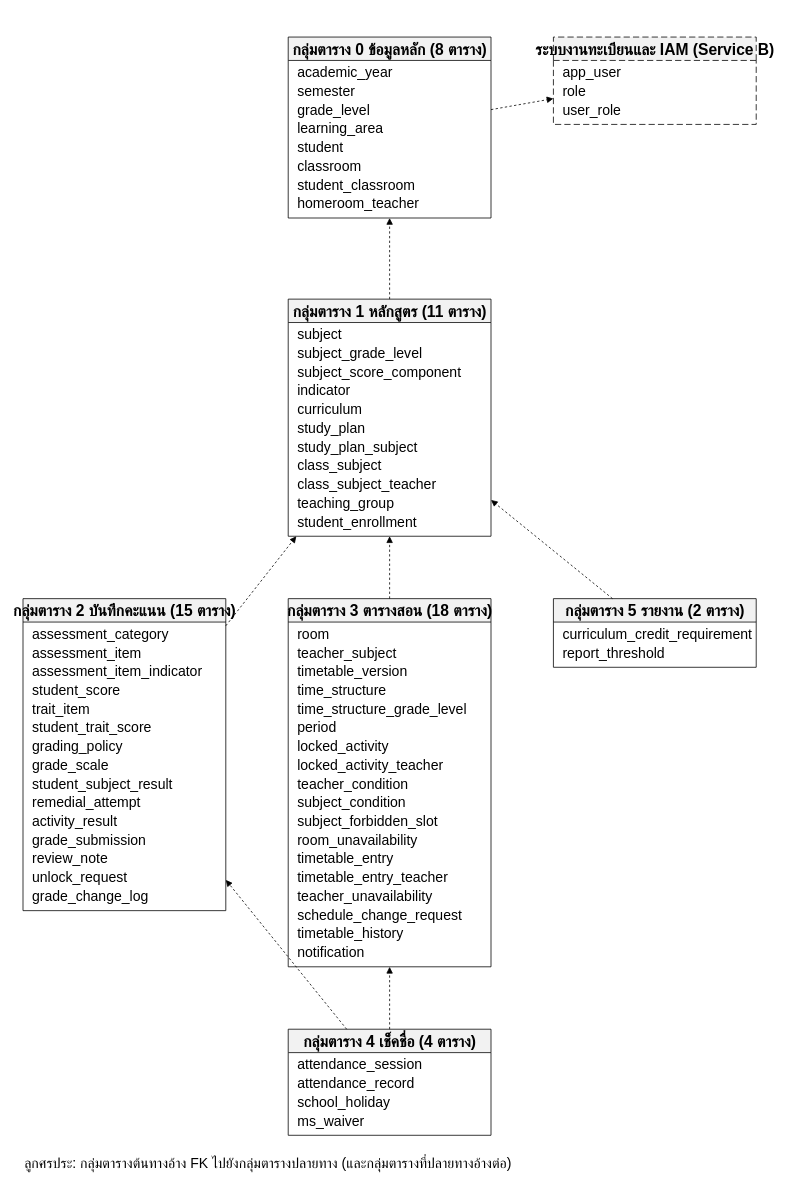
Above: docs/database/er/er-overview.drawio in polymercatzz/Academic (draw.io), before the change. Source tidied: cells renumbered, new cells numbered last; positions are measured from the earlier drawing's top-left corner, leaving out a move shared by most shapes. Both pictures are drawn from the tidied source at 78%, with x=0, y=0 at pixel (23, 37).
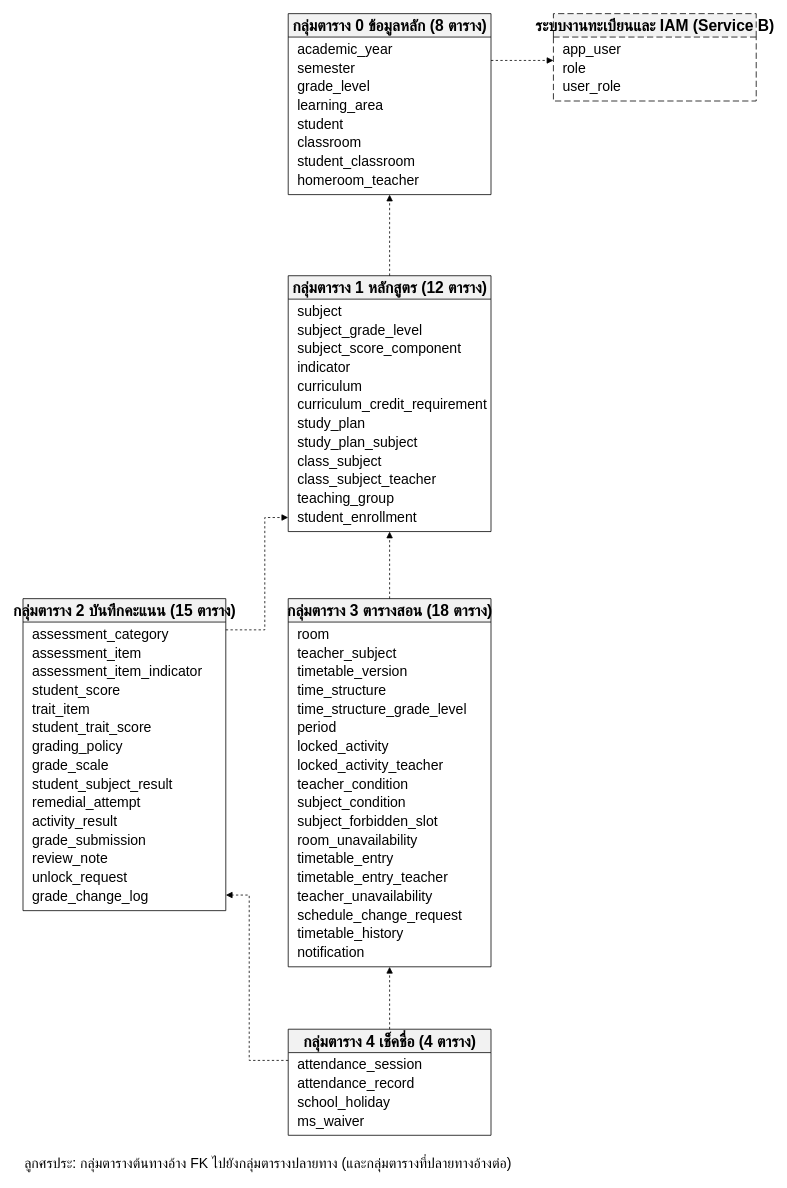
After the change.

Unchanged cells that the change refers to:
```xml
<mxCell id="23" value="กลุ่มตาราง 2 บันทึกคะแนน (15 ตาราง)" style="swimlane;startSize=30;html=1;fontFamily=TH SarabunPSK;fontSize=20;fontStyle=1;fillColor=#F2F2F2;strokeColor=#000000;swimlaneFillColor=#FFFFFF;" parent="1" vertex="1">
  <mxGeometry y="720" width="260" height="400" as="geometry" />
</mxCell>
<mxCell id="39" value="กลุ่มตาราง 3 ตารางสอน (18 ตาราง)" style="swimlane;startSize=30;html=1;fontFamily=TH SarabunPSK;fontSize=20;fontStyle=1;fillColor=#F2F2F2;strokeColor=#000000;swimlaneFillColor=#FFFFFF;" parent="1" vertex="1">
  <mxGeometry x="340" y="720" width="260" height="472" as="geometry" />
</mxCell>
<mxCell id="58" value="กลุ่มตาราง 4 เช็คชื่อ (4 ตาราง)" style="swimlane;startSize=30;html=1;fontFamily=TH SarabunPSK;fontSize=20;fontStyle=1;fillColor=#F2F2F2;strokeColor=#000000;swimlaneFillColor=#FFFFFF;" parent="1" vertex="1">
  <mxGeometry x="340" y="1272" width="260" height="136" as="geometry" />
</mxCell>
```

Change to the diagram source:
```diff
@@
     <mxCell id="2" value="กลุ่มตาราง 0 ข้อมูลหลัก (8 ตาราง)" style="swimlane;startSize=30;html=1;fontFamily=TH SarabunPSK;fontSize=20;fontStyle=1;fillColor=#F2F2F2;strokeColor=#000000;swimlaneFillColor=#FFFFFF;" parent="1" vertex="1">
-      <mxGeometry x="340" width="260" height="232" as="geometry" />
+      <mxGeometry x="340" y="-30" width="260" height="232" as="geometry" />
     </mxCell>
@@
-    <mxCell id="11" value="กลุ่มตาราง 1 หลักสูตร (11 ตาราง)" style="swimlane;startSize=30;html=1;fontFamily=TH SarabunPSK;fontSize=20;fontStyle=1;fillColor=#F2F2F2;strokeColor=#000000;swimlaneFillColor=#FFFFFF;" parent="1" vertex="1">
-      <mxGeometry x="340" y="336" width="260" height="304" as="geometry" />
+    <mxCell id="11" value="กลุ่มตาราง 1 หลักสูตร (12 ตาราง)" style="swimlane;startSize=30;html=1;fontFamily=TH SarabunPSK;fontSize=20;fontStyle=1;fillColor=#F2F2F2;strokeColor=#000000;swimlaneFillColor=#FFFFFF;" parent="1" vertex="1">
+      <mxGeometry x="340" y="306" width="260" height="328" as="geometry" />
     </mxCell>
@@
+    <mxCell id="64" value="curriculum_credit_requirement" style="text;html=1;fontFamily=TH SarabunPSK;fontSize=18;align=left;spacingLeft=10;verticalAlign=middle;" parent="11" vertex="1">
+      <mxGeometry y="154" width="260" height="24" as="geometry" />
+    </mxCell>
     <mxCell id="17" value="study_plan" style="text;html=1;fontFamily=TH SarabunPSK;fontSize=18;align=left;spacingLeft=10;verticalAlign=middle;" parent="11" vertex="1">
-      <mxGeometry y="154" width="260" height="24" as="geometry" />
+      <mxGeometry y="178" width="260" height="24" as="geometry" />
     </mxCell>
     <mxCell id="18" value="study_plan_subject" style="text;html=1;fontFamily=TH SarabunPSK;fontSize=18;align=left;spacingLeft=10;verticalAlign=middle;" parent="11" vertex="1">
-      <mxGeometry y="178" width="260" height="24" as="geometry" />
+      <mxGeometry y="202" width="260" height="24" as="geometry" />
     </mxCell>
     <mxCell id="19" value="class_subject" style="text;html=1;fontFamily=TH SarabunPSK;fontSize=18;align=left;spacingLeft=10;verticalAlign=middle;" parent="11" vertex="1">
-      <mxGeometry y="202" width="260" height="24" as="geometry" />
+      <mxGeometry y="226" width="260" height="24" as="geometry" />
     </mxCell>
     <mxCell id="20" value="class_subject_teacher" style="text;html=1;fontFamily=TH SarabunPSK;fontSize=18;align=left;spacingLeft=10;verticalAlign=middle;" parent="11" vertex="1">
-      <mxGeometry y="226" width="260" height="24" as="geometry" />
+      <mxGeometry y="250" width="260" height="24" as="geometry" />
     </mxCell>
     <mxCell id="21" value="teaching_group" style="text;html=1;fontFamily=TH SarabunPSK;fontSize=18;align=left;spacingLeft=10;verticalAlign=middle;" parent="11" vertex="1">
-      <mxGeometry y="250" width="260" height="24" as="geometry" />
+      <mxGeometry y="274" width="260" height="24" as="geometry" />
     </mxCell>
     <mxCell id="22" value="student_enrollment" style="text;html=1;fontFamily=TH SarabunPSK;fontSize=18;align=left;spacingLeft=10;verticalAlign=middle;" parent="11" vertex="1">
-      <mxGeometry y="274" width="260" height="24" as="geometry" />
+      <mxGeometry y="298" width="260" height="24" as="geometry" />
     </mxCell>
@@
-    <mxCell id="63" value="กลุ่มตาราง 5 รายงาน (2 ตาราง)" style="swimlane;startSize=30;html=1;fontFamily=TH SarabunPSK;fontSize=20;fontStyle=1;fillColor=#F2F2F2;strokeColor=#000000;swimlaneFillColor=#FFFFFF;" parent="1" vertex="1">
-      <mxGeometry x="680" y="720" width="260" height="88" as="geometry" />
-    </mxCell>
-    <mxCell id="64" value="curriculum_credit_requirement" style="text;html=1;fontFamily=TH SarabunPSK;fontSize=18;align=left;spacingLeft=10;verticalAlign=middle;" parent="63" vertex="1">
-      <mxGeometry y="34" width="260" height="24" as="geometry" />
-    </mxCell>
-    <mxCell id="65" value="report_threshold" style="text;html=1;fontFamily=TH SarabunPSK;fontSize=18;align=left;spacingLeft=10;verticalAlign=middle;" parent="63" vertex="1">
-      <mxGeometry y="58" width="260" height="24" as="geometry" />
-    </mxCell>
-    <mxCell id="66" style="endArrow=block;endFill=1;html=1;strokeColor=#000000;dashed=1;rounded=0;" parent="1" edge="1" source="58" target="39">
+    <mxCell id="66" style="endArrow=block;endFill=1;html=1;strokeColor=#000000;dashed=1;rounded=0;exitX=0.5;exitY=0;entryX=0.5;entryY=1;exitDx=0;exitDy=0;entryDx=0;entryDy=0;" parent="1" edge="1" source="58" target="39">
       <mxGeometry relative="1" as="geometry" />
     </mxCell>
-    <mxCell id="67" style="endArrow=block;endFill=1;html=1;strokeColor=#000000;dashed=1;rounded=0;" parent="1" edge="1" source="11" target="2">
+    <mxCell id="67" style="endArrow=block;endFill=1;html=1;strokeColor=#000000;dashed=1;rounded=0;exitX=0.5;exitY=0;entryX=0.5;entryY=1;exitDx=0;exitDy=0;entryDx=0;entryDy=0;" parent="1" edge="1" source="11" target="2">
       <mxGeometry relative="1" as="geometry" />
     </mxCell>
-    <mxCell id="68" style="endArrow=block;endFill=1;html=1;strokeColor=#000000;dashed=1;rounded=0;" parent="1" edge="1" source="23" target="11">
-      <mxGeometry relative="1" as="geometry" />
+    <mxCell id="68" style="endArrow=block;endFill=1;html=1;strokeColor=#000000;dashed=1;rounded=0;exitX=1;exitY=0.1;entryX=0;entryY=0.945122;exitDx=0;exitDy=0;entryDx=0;entryDy=0;" parent="1" edge="1" source="23" target="11">
+      <mxGeometry relative="1" as="geometry">
+        <Array as="points">
+          <mxPoint x="310" y="760" />
+          <mxPoint x="310" y="616" />
+        </Array>
+      </mxGeometry>
     </mxCell>
-    <mxCell id="69" style="endArrow=block;endFill=1;html=1;strokeColor=#000000;dashed=1;rounded=0;" parent="1" edge="1" source="63" target="11">
-      <mxGeometry relative="1" as="geometry" />
-    </mxCell>
-    <mxCell id="70" style="endArrow=block;endFill=1;html=1;strokeColor=#000000;dashed=1;rounded=0;" parent="1" edge="1" source="39" target="11">
+    <mxCell id="70" style="endArrow=block;endFill=1;html=1;strokeColor=#000000;dashed=1;rounded=0;exitX=0.5;exitY=0;entryX=0.5;entryY=1;exitDx=0;exitDy=0;entryDx=0;entryDy=0;" parent="1" edge="1" source="39" target="11">
       <mxGeometry relative="1" as="geometry" />
     </mxCell>
-    <mxCell id="71" style="endArrow=block;endFill=1;html=1;strokeColor=#000000;dashed=1;rounded=0;" parent="1" edge="1" source="58" target="23">
-      <mxGeometry relative="1" as="geometry" />
+    <mxCell id="71" style="endArrow=block;endFill=1;html=1;strokeColor=#000000;dashed=1;rounded=0;exitX=0;exitY=0.294118;entryX=1;entryY=0.95;exitDx=0;exitDy=0;entryDx=0;entryDy=0;" parent="1" edge="1" source="58" target="23">
+      <mxGeometry relative="1" as="geometry">
+        <Array as="points">
+          <mxPoint x="290" y="1312" />
+          <mxPoint x="290" y="1100" />
+        </Array>
+      </mxGeometry>
     </mxCell>
-    <mxCell id="72" style="endArrow=block;endFill=1;html=1;strokeColor=#000000;dashed=1;rounded=0;" parent="1" edge="1" source="2" target="74">
+    <mxCell id="72" style="endArrow=block;endFill=1;html=1;strokeColor=#000000;dashed=1;rounded=0;exitX=1;exitY=0.258621;entryX=0;entryY=0.535714;exitDx=0;exitDy=0;entryDx=0;entryDy=0;" parent="1" edge="1" source="2" target="74">
       <mxGeometry relative="1" as="geometry" />
     </mxCell>
@@
     <mxCell id="74" value="ระบบงานทะเบียนและ IAM (Service B)" style="swimlane;startSize=30;html=1;fontFamily=TH SarabunPSK;fontSize=20;fontStyle=1;fillColor=#F2F2F2;strokeColor=#000000;swimlaneFillColor=#FFFFFF;dashed=1;dashPattern=8 4;" parent="1" vertex="1">
-      <mxGeometry x="680" width="260" height="112" as="geometry" />
+      <mxGeometry x="680" y="-30" width="260" height="112" as="geometry" />
     </mxCell>
```
